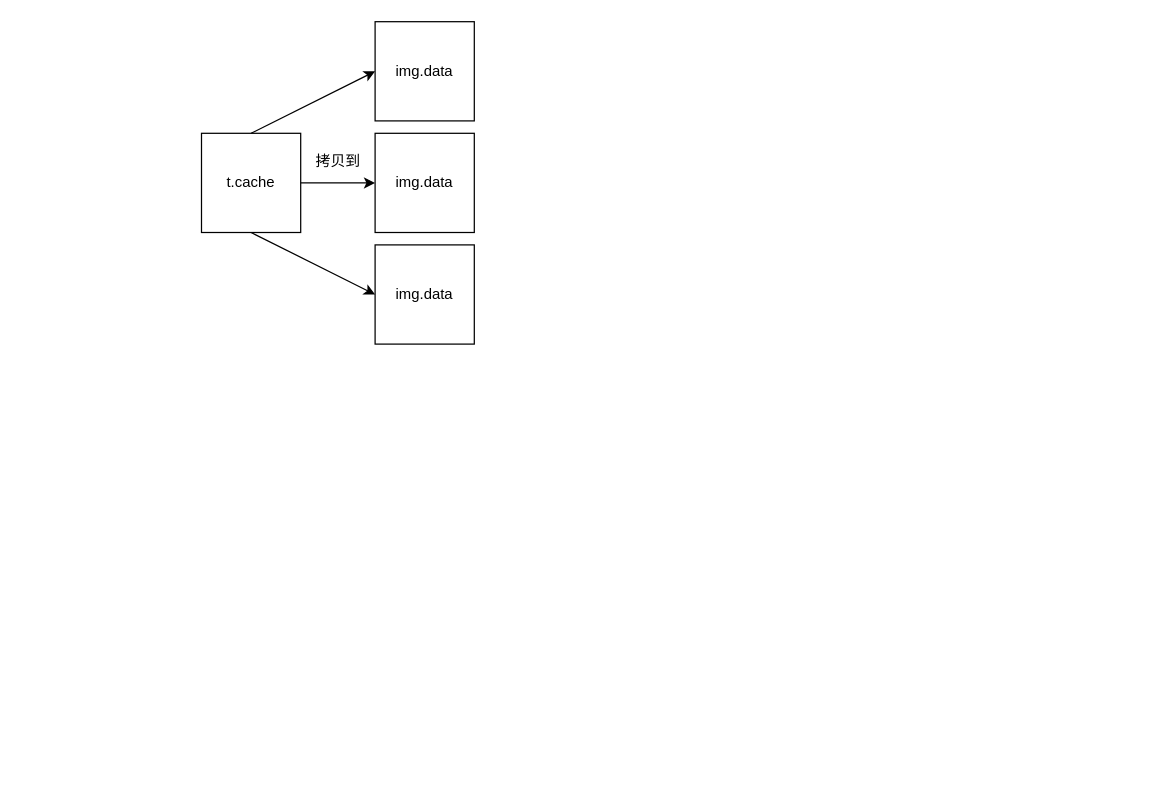
This is 图片数据流动.drawio from DaskiSnow/drawioFiles, a draw.io file, before an edit. Source tidied: cells renumbered, new cells numbered last; positions are measured from the earlier drawing's top-left corner, leaving out a move shared by most shapes. Both pictures are drawn from the tidied source at 124%, with x=0, y=0 at pixel (201, 21).
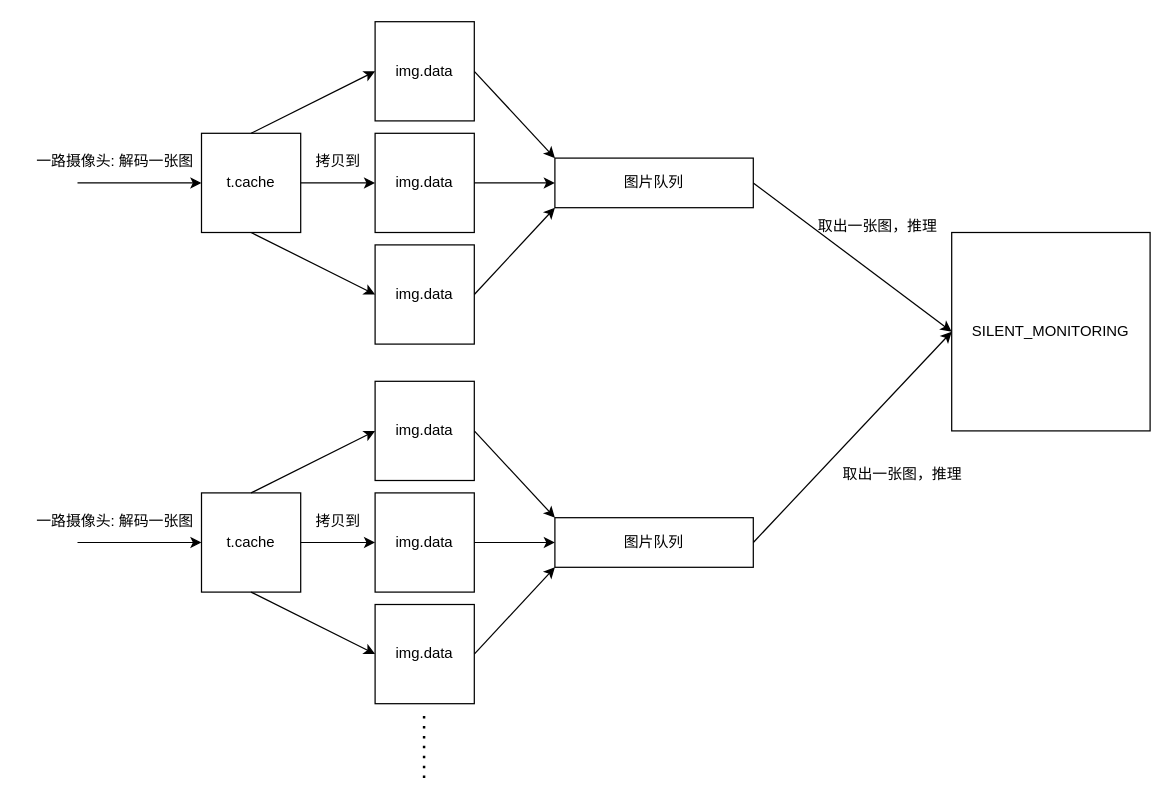
Above is the later version.

Commit message (it also covers changes not shown here):
更新图片数据流动.drawio

Unchanged cells that the change refers to:
```xml
<mxCell id="2" value="t.cache" style="whiteSpace=wrap;html=1;" parent="1" vertex="1">
  <mxGeometry y="90" width="80" height="80" as="geometry" />
</mxCell>
<mxCell id="3" value="img.data" style="whiteSpace=wrap;html=1;" parent="1" vertex="1">
  <mxGeometry x="140" y="90" width="80" height="80" as="geometry" />
</mxCell>
<mxCell id="6" value="img.data" style="whiteSpace=wrap;html=1;" parent="1" vertex="1">
  <mxGeometry x="140" y="180" width="80" height="80" as="geometry" />
</mxCell>
<mxCell id="7" value="img.data" style="whiteSpace=wrap;html=1;" parent="1" vertex="1">
  <mxGeometry x="140" width="80" height="80" as="geometry" />
</mxCell>
```

Diff of the diagram source:
```diff
@@
+    <mxCell id="10" style="endArrow=classic;html=1;rounded=0;entryX=0;entryY=0.5;entryDx=0;entryDy=0;" parent="1" edge="1" target="2">
+      <mxGeometry relative="1" as="geometry">
+        <mxPoint x="-100" y="130" as="sourcePoint" />
+      </mxGeometry>
+    </mxCell>
+    <mxCell id="11" value="一路摄像头: 解码一张图" style="text;html=1;align=center;verticalAlign=middle;strokeColor=none;fillColor=none;" parent="1" vertex="1">
+      <mxGeometry x="-145" y="98" width="150" height="30" as="geometry" />
+    </mxCell>
+    <mxCell id="12" value="&lt;div&gt;&lt;div class=&quot;old-record-id-doxcnRghltilcM27jNCyogd0ajh&quot; style=&quot;white-space:pre;&quot;&gt;SILENT_MONITORING&lt;/div&gt;&lt;/div&gt;&lt;span class=&quot;lark-record-clipboard&quot; data-lark-record-data=&quot;{&amp;quot;rootId&amp;quot;:&amp;quot;DcKHdSLqCoZhFrxcX9LcqClGn2g&amp;quot;,&amp;quot;text&amp;quot;:{&amp;quot;initialAttributedTexts&amp;quot;:{&amp;quot;text&amp;quot;:{&amp;quot;0&amp;quot;:&amp;quot;SILENT_MONITORING&amp;quot;},&amp;quot;attribs&amp;quot;:{&amp;quot;0&amp;quot;:&amp;quot;*0+h&amp;quot;}},&amp;quot;apool&amp;quot;:{&amp;quot;numToAttrib&amp;quot;:{&amp;quot;0&amp;quot;:[&amp;quot;author&amp;quot;,&amp;quot;7300770555681554435&amp;quot;]},&amp;quot;nextNum&amp;quot;:1}},&amp;quot;type&amp;quot;:&amp;quot;text&amp;quot;,&amp;quot;referenceRecordMap&amp;quot;:{},&amp;quot;extra&amp;quot;:{&amp;quot;channel&amp;quot;:&amp;quot;saas&amp;quot;,&amp;quot;mention_page_title&amp;quot;:{},&amp;quot;external_mention_url&amp;quot;:{}},&amp;quot;isKeepQuoteContainer&amp;quot;:false,&amp;quot;isFromCode&amp;quot;:true,&amp;quot;selection&amp;quot;:[{&amp;quot;id&amp;quot;:3,&amp;quot;type&amp;quot;:&amp;quot;text&amp;quot;,&amp;quot;selection&amp;quot;:{&amp;quot;start&amp;quot;:5,&amp;quot;end&amp;quot;:22},&amp;quot;recordId&amp;quot;:&amp;quot;doxcnRghltilcM27jNCyogd0ajh&amp;quot;}],&amp;quot;payloadMap&amp;quot;:{},&amp;quot;isCut&amp;quot;:false}&quot;&gt;&lt;/span&gt;" style="rounded=0;whiteSpace=wrap;html=1;" parent="1" vertex="1">
+      <mxGeometry x="605" y="170" width="160" height="160" as="geometry" />
+    </mxCell>
+    <mxCell id="13" value="图片队列" style="rounded=0;whiteSpace=wrap;html=1;" parent="1" vertex="1">
+      <mxGeometry x="285" y="110" width="160" height="40" as="geometry" />
+    </mxCell>
+    <mxCell id="14" style="endArrow=classic;html=1;rounded=0;entryX=0;entryY=0;entryDx=0;entryDy=0;exitX=1;exitY=0.5;exitDx=0;exitDy=0;" parent="1" edge="1" source="7" target="13">
+      <mxGeometry relative="1" as="geometry" />
+    </mxCell>
+    <mxCell id="15" style="endArrow=classic;html=1;rounded=0;exitX=1;exitY=0.5;exitDx=0;exitDy=0;entryX=0;entryY=0.5;entryDx=0;entryDy=0;" parent="1" edge="1" source="3" target="13">
+      <mxGeometry relative="1" as="geometry" />
+    </mxCell>
+    <mxCell id="16" style="endArrow=classic;html=1;rounded=0;exitX=1;exitY=0.5;exitDx=0;exitDy=0;entryX=0;entryY=1;entryDx=0;entryDy=0;" parent="1" edge="1" source="6" target="13">
+      <mxGeometry relative="1" as="geometry" />
+    </mxCell>
+    <mxCell id="17" style="endArrow=classic;html=1;rounded=0;exitX=1;exitY=0.5;exitDx=0;exitDy=0;entryX=0;entryY=0.5;entryDx=0;entryDy=0;" parent="1" edge="1" source="13" target="12">
+      <mxGeometry relative="1" as="geometry" />
+    </mxCell>
+    <mxCell id="18" value="取出一张图，推理" style="text;html=1;align=center;verticalAlign=middle;strokeColor=none;fillColor=none;" parent="1" vertex="1">
+      <mxGeometry x="485" y="150" width="120" height="30" as="geometry" />
+    </mxCell>
+    <mxCell id="19" value="t.cache" style="whiteSpace=wrap;html=1;" parent="1" vertex="1">
+      <mxGeometry y="380" width="80" height="80" as="geometry" />
+    </mxCell>
+    <mxCell id="20" value="img.data" style="whiteSpace=wrap;html=1;" parent="1" vertex="1">
+      <mxGeometry x="140" y="380" width="80" height="80" as="geometry" />
+    </mxCell>
+    <mxCell id="21" style="endArrow=classic;html=1;rounded=0;exitX=1;exitY=0.5;exitDx=0;exitDy=0;" parent="1" edge="1" source="19" target="20">
+      <mxGeometry relative="1" as="geometry" />
+    </mxCell>
+    <mxCell id="22" value="拷贝到" style="text;html=1;align=center;verticalAlign=middle;strokeColor=none;fillColor=none;" parent="1" vertex="1">
+      <mxGeometry x="80" y="388" width="60" height="30" as="geometry" />
+    </mxCell>
+    <mxCell id="23" value="img.data" style="whiteSpace=wrap;html=1;" parent="1" vertex="1">
+      <mxGeometry x="140" y="470" width="80" height="80" as="geometry" />
+    </mxCell>
+    <mxCell id="24" value="img.data" style="whiteSpace=wrap;html=1;" parent="1" vertex="1">
+      <mxGeometry x="140" y="290" width="80" height="80" as="geometry" />
+    </mxCell>
+    <mxCell id="25" style="endArrow=classic;html=1;rounded=0;exitX=0.5;exitY=0;exitDx=0;exitDy=0;entryX=0;entryY=0.5;entryDx=0;entryDy=0;" parent="1" edge="1" source="19" target="24">
+      <mxGeometry relative="1" as="geometry" />
+    </mxCell>
+    <mxCell id="26" style="endArrow=classic;html=1;rounded=0;exitX=0.5;exitY=1;exitDx=0;exitDy=0;entryX=0;entryY=0.5;entryDx=0;entryDy=0;" parent="1" edge="1" source="19" target="23">
+      <mxGeometry relative="1" as="geometry" />
+    </mxCell>
+    <mxCell id="27" style="endArrow=classic;html=1;rounded=0;entryX=0;entryY=0.5;entryDx=0;entryDy=0;" parent="1" edge="1" target="19">
+      <mxGeometry relative="1" as="geometry">
+        <mxPoint x="-100" y="420" as="sourcePoint" />
+      </mxGeometry>
+    </mxCell>
+    <mxCell id="28" value="一路摄像头: 解码一张图" style="text;html=1;align=center;verticalAlign=middle;strokeColor=none;fillColor=none;" parent="1" vertex="1">
+      <mxGeometry x="-145" y="388" width="150" height="30" as="geometry" />
+    </mxCell>
+    <mxCell id="29" value="图片队列" style="rounded=0;whiteSpace=wrap;html=1;" parent="1" vertex="1">
+      <mxGeometry x="285" y="400" width="160" height="40" as="geometry" />
+    </mxCell>
+    <mxCell id="30" style="endArrow=classic;html=1;rounded=0;entryX=0;entryY=0;entryDx=0;entryDy=0;exitX=1;exitY=0.5;exitDx=0;exitDy=0;" parent="1" edge="1" source="24" target="29">
+      <mxGeometry relative="1" as="geometry" />
+    </mxCell>
+    <mxCell id="31" style="endArrow=classic;html=1;rounded=0;exitX=1;exitY=0.5;exitDx=0;exitDy=0;entryX=0;entryY=0.5;entryDx=0;entryDy=0;" parent="1" edge="1" source="20" target="29">
+      <mxGeometry relative="1" as="geometry" />
+    </mxCell>
+    <mxCell id="32" style="endArrow=classic;html=1;rounded=0;exitX=1;exitY=0.5;exitDx=0;exitDy=0;entryX=0;entryY=1;entryDx=0;entryDy=0;" parent="1" edge="1" source="23" target="29">
+      <mxGeometry relative="1" as="geometry" />
+    </mxCell>
+    <mxCell id="33" style="endArrow=classic;html=1;rounded=0;exitX=1;exitY=0.5;exitDx=0;exitDy=0;" parent="1" edge="1" source="29">
+      <mxGeometry relative="1" as="geometry">
+        <mxPoint x="605" y="250" as="targetPoint" />
+      </mxGeometry>
+    </mxCell>
+    <mxCell id="34" value="取出一张图，推理" style="text;html=1;align=center;verticalAlign=middle;strokeColor=none;fillColor=none;" parent="1" vertex="1">
+      <mxGeometry x="505" y="350" width="120" height="30" as="geometry" />
+    </mxCell>
+    <mxCell id="35" style="endArrow=none;dashed=1;html=1;dashPattern=1 3;strokeWidth=2;rounded=0;" parent="1" edge="1">
+      <mxGeometry relative="1" as="geometry">
+        <mxPoint x="179.5" y="560" as="sourcePoint" />
+        <mxPoint x="179.5" y="610" as="targetPoint" />
+      </mxGeometry>
+    </mxCell>
```
